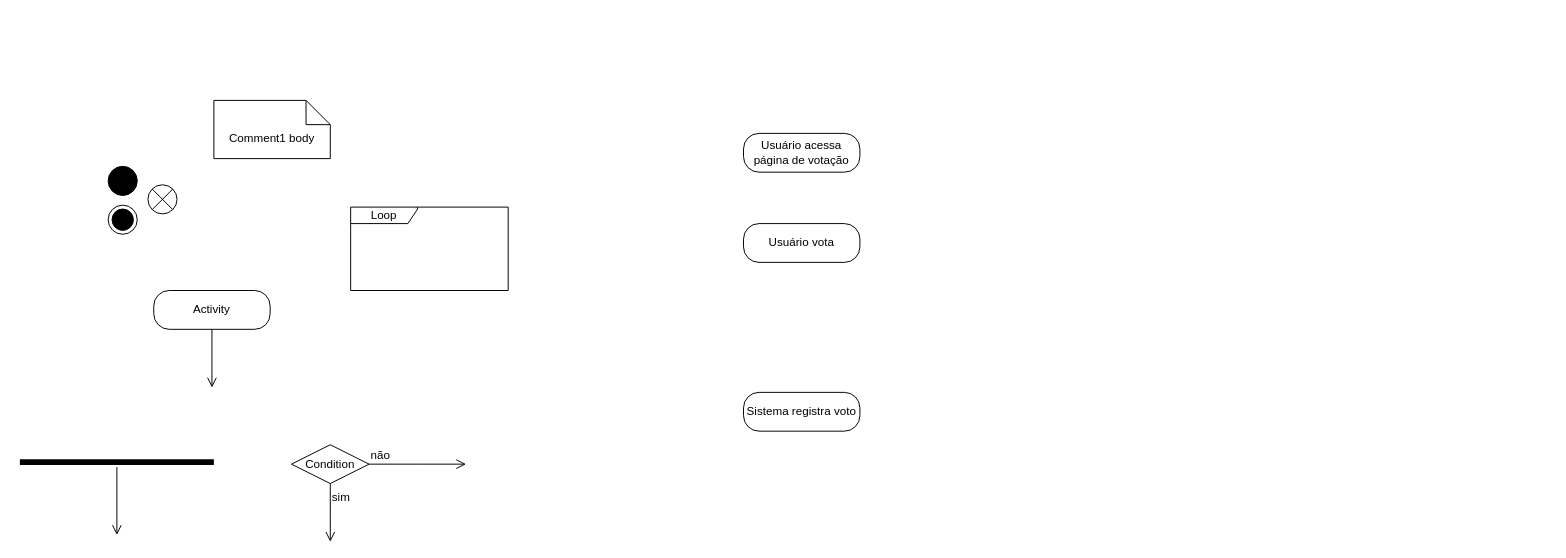
jeanarthur/sistema_votacao_tempo_real keeps this draw.io diagram as page "Diagrama de Fluxo/Atividade" (2 of 3) of Sistema de Votação em Tempo Real.drawio. Above is the earlier version. Source tidied: cells renumbered, new cells numbered last; positions are measured from the earlier drawing's top-left corner, leaving out a move shared by most shapes. Both pictures are drawn from the tidied source at 97%, with x=0, y=0 at pixel (19, 100).
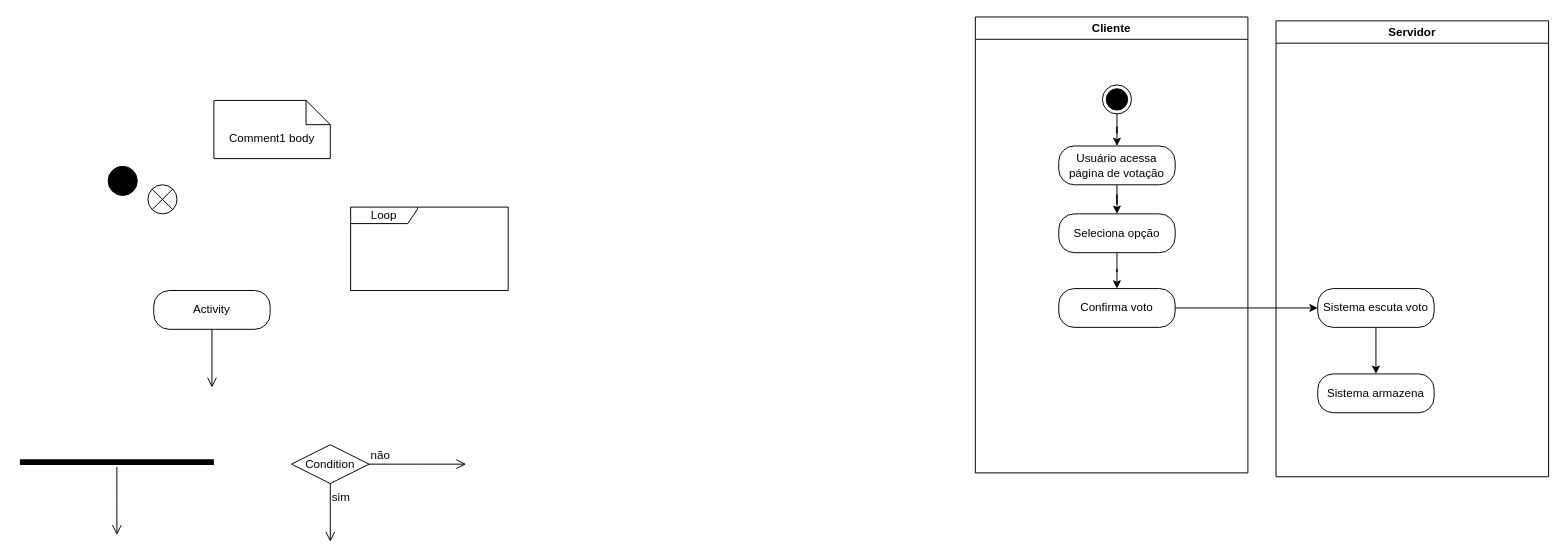
The same page after the edit.

What changed in the source:
```diff
@@
+    <mxCell id="17" style="edgeStyle=orthogonalEdgeStyle;rounded=0;jettySize=auto;html=1;" parent="1" edge="1" source="10" target="14">
+      <mxGeometry relative="1" as="geometry" />
+    </mxCell>
     <mxCell id="10" style="ellipse;html=1;shape=endState;fillColor=strokeColor;" parent="1" vertex="1">
-      <mxGeometry x="91" y="108" width="30" height="30" as="geometry" />
+      <mxGeometry x="1116" y="-16" width="30" height="30" as="geometry" />
     </mxCell>
@@
+    <mxCell id="18" style="edgeStyle=orthogonalEdgeStyle;rounded=0;jettySize=auto;html=1;" parent="1" edge="1" source="14" target="21">
+      <mxGeometry relative="1" as="geometry" />
+    </mxCell>
     <mxCell id="14" value="Usuário acessa página de votação" style="rounded=1;whiteSpace=wrap;html=1;arcSize=40;" parent="1" vertex="1">
-      <mxGeometry x="746" y="34" width="120" height="40" as="geometry" />
+      <mxGeometry x="1071" y="47" width="120" height="40" as="geometry" />
     </mxCell>
+    <mxCell id="19" style="edgeStyle=orthogonalEdgeStyle;rounded=0;jettySize=auto;html=1;" parent="1" edge="1" source="15" target="16">
+      <mxGeometry relative="1" as="geometry" />
+    </mxCell>
-    <mxCell id="15" value="Usuário vota" style="rounded=1;whiteSpace=wrap;html=1;arcSize=40;" parent="1" vertex="1">
-      <mxGeometry x="746" y="127" width="120" height="40" as="geometry" />
+    <mxCell id="15" value="Confirma voto" style="rounded=1;whiteSpace=wrap;html=1;arcSize=40;" parent="1" vertex="1">
+      <mxGeometry x="1071" y="194" width="120" height="40" as="geometry" />
     </mxCell>
+    <mxCell id="20" style="edgeStyle=orthogonalEdgeStyle;rounded=0;jettySize=auto;html=1;" parent="1" edge="1" source="21" target="15">
+      <mxGeometry relative="1" as="geometry" />
+    </mxCell>
+    <mxCell id="21" value="Seleciona opção" style="rounded=1;whiteSpace=wrap;html=1;arcSize=40;" parent="1" vertex="1">
+      <mxGeometry x="1071" y="117" width="120" height="40" as="geometry" />
+    </mxCell>
+    <mxCell id="22" value="Cliente" style="swimlane;whiteSpace=wrap;html=1;" parent="1" vertex="1">
+      <mxGeometry x="985" y="-86" width="281" height="470" as="geometry" />
+    </mxCell>
+    <mxCell id="23" value="Servidor" style="swimlane;whiteSpace=wrap;html=1;" parent="1" vertex="1">
+      <mxGeometry x="1295" y="-82" width="281" height="470" as="geometry" />
+    </mxCell>
+    <mxCell id="24" style="edgeStyle=orthogonalEdgeStyle;rounded=0;jettySize=auto;html=1;" parent="23" edge="1" source="16" target="25">
+      <mxGeometry relative="1" as="geometry" />
+    </mxCell>
-    <mxCell id="16" value="Sistema registra voto" style="rounded=1;whiteSpace=wrap;html=1;arcSize=40;" parent="1" vertex="1">
-      <mxGeometry x="746" y="301" width="120" height="40" as="geometry" />
+    <mxCell id="16" value="Sistema escuta voto" style="rounded=1;whiteSpace=wrap;html=1;arcSize=40;" parent="23" vertex="1">
+      <mxGeometry x="43" y="276" width="120" height="40" as="geometry" />
     </mxCell>
+    <mxCell id="25" value="Sistema armazena" style="rounded=1;whiteSpace=wrap;html=1;arcSize=40;" parent="23" vertex="1">
+      <mxGeometry x="43" y="364" width="120" height="40" as="geometry" />
+    </mxCell>
```
